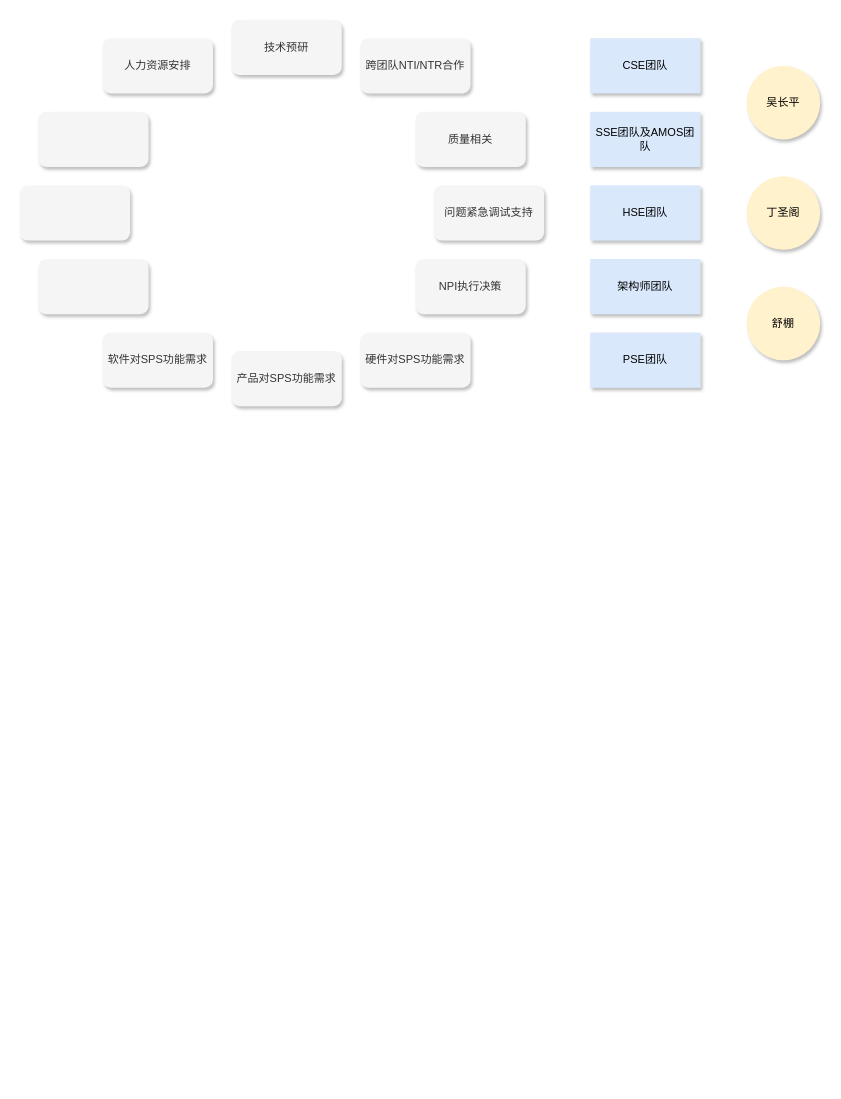
The draw.io diagram 对外接口简化版.drawio in dingsg/drawio, before the edit. Source tidied: cells renumbered, new cells numbered last; positions are measured from the earlier drawing's top-left corner, leaving out a move shared by most shapes. Both pictures are drawn from the tidied source at 92%, with x=0, y=0 at pixel (19, 19).
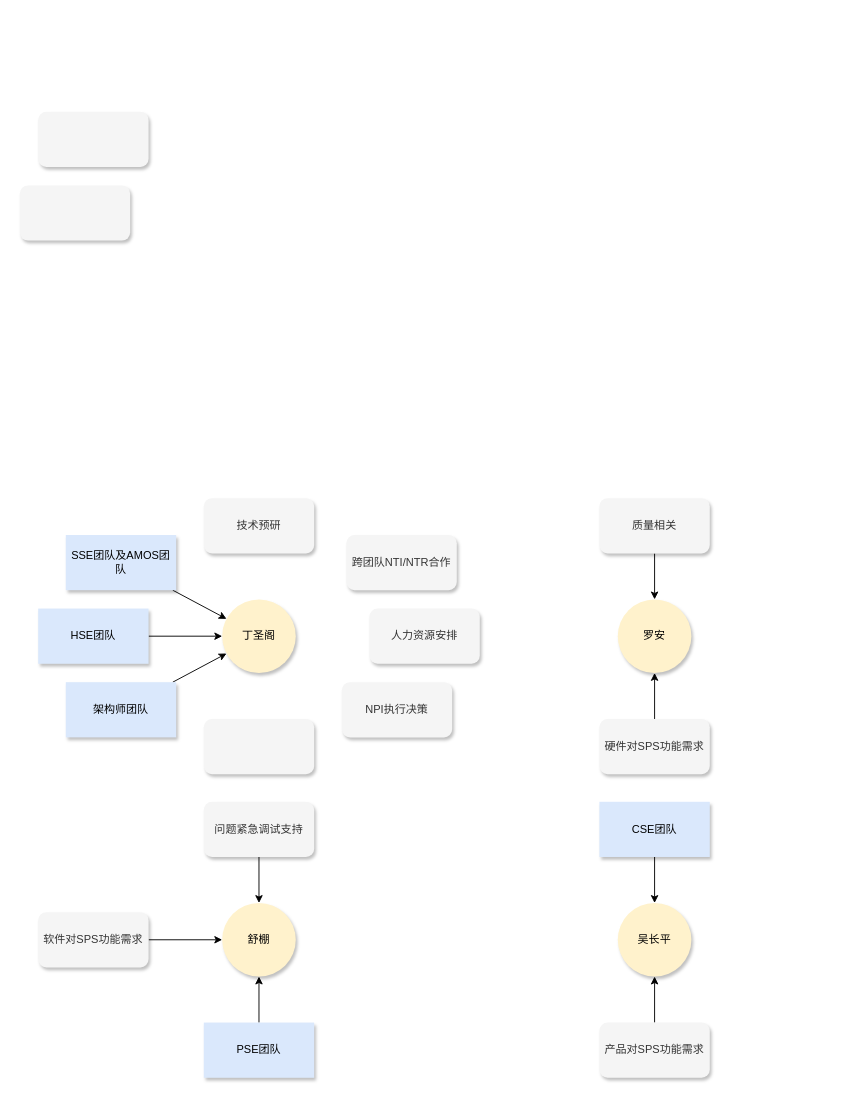
The same diagram, later.

Commit message (it also covers changes not shown here):
Update 对外接口简化版.drawio

What changed in the source:
```diff
@@
     <mxCell id="2" value="丁圣阁" style="ellipse;whiteSpace=wrap;html=1;shadow=1;labelBackgroundColor=none;fillColor=#fff2cc;align=center;strokeColor=none;" parent="1" vertex="1">
-      <mxGeometry x="790" y="170" width="80" height="80" as="geometry" />
+      <mxGeometry x="220" y="630" width="80" height="80" as="geometry" />
     </mxCell>
     <mxCell id="3" value="人力资源安排" style="rounded=1;whiteSpace=wrap;html=1;shadow=1;labelBackgroundColor=none;align=center;fontColor=#333333;fillColor=#f5f5f5;strokeColor=none;" parent="1" vertex="1">
-      <mxGeometry x="90" y="20" width="120" height="60" as="geometry" />
+      <mxGeometry x="380" y="640" width="120" height="60" as="geometry" />
     </mxCell>
     <mxCell id="4" value="技术预研" style="rounded=1;whiteSpace=wrap;html=1;shadow=1;labelBackgroundColor=none;align=center;fontColor=#333333;fillColor=#f5f5f5;strokeColor=none;" parent="1" vertex="1">
-      <mxGeometry x="230" width="120" height="60" as="geometry" />
+      <mxGeometry x="200" y="520" width="120" height="60" as="geometry" />
     </mxCell>
     <mxCell id="5" value="跨团队NTI/NTR合作" style="rounded=1;whiteSpace=wrap;html=1;shadow=1;labelBackgroundColor=none;align=center;fontColor=#333333;fillColor=#f5f5f5;strokeColor=none;" parent="1" vertex="1">
-      <mxGeometry x="370" y="20" width="120" height="60" as="geometry" />
+      <mxGeometry x="355" y="560" width="120" height="60" as="geometry" />
     </mxCell>
+    <mxCell id="22" style="edgeStyle=none;rounded=0;jettySize=auto;html=1;" parent="1" edge="1" source="6" target="21">
+      <mxGeometry relative="1" as="geometry" />
+    </mxCell>
     <mxCell id="6" value="软件对SPS功能需求" style="rounded=1;whiteSpace=wrap;html=1;shadow=1;labelBackgroundColor=none;align=center;fontColor=#333333;fillColor=#f5f5f5;strokeColor=none;" parent="1" vertex="1">
-      <mxGeometry x="90" y="340" width="120" height="60" as="geometry" />
+      <mxGeometry x="20" y="970" width="120" height="60" as="geometry" />
     </mxCell>
+    <mxCell id="23" style="edgeStyle=none;rounded=0;jettySize=auto;html=1;" parent="1" edge="1" source="7" target="20">
+      <mxGeometry relative="1" as="geometry" />
+    </mxCell>
     <mxCell id="7" value="产品对SPS功能需求" style="rounded=1;whiteSpace=wrap;html=1;shadow=1;labelBackgroundColor=none;align=center;fontColor=#333333;fillColor=#f5f5f5;strokeColor=none;" parent="1" vertex="1">
-      <mxGeometry x="230" y="360" width="120" height="60" as="geometry" />
+      <mxGeometry x="630" y="1090" width="120" height="60" as="geometry" />
     </mxCell>
+    <mxCell id="24" style="edgeStyle=none;rounded=0;jettySize=auto;html=1;" parent="1" edge="1" source="8" target="32">
+      <mxGeometry relative="1" as="geometry" />
+    </mxCell>
     <mxCell id="8" value="硬件对SPS功能需求" style="rounded=1;whiteSpace=wrap;html=1;shadow=1;labelBackgroundColor=none;align=center;fontColor=#333333;fillColor=#f5f5f5;strokeColor=none;" parent="1" vertex="1">
-      <mxGeometry x="370" y="340" width="120" height="60" as="geometry" />
+      <mxGeometry x="630" y="760" width="120" height="60" as="geometry" />
     </mxCell>
+    <mxCell id="25" style="edgeStyle=none;rounded=0;jettySize=auto;html=1;" parent="1" edge="1" source="9" target="32">
+      <mxGeometry relative="1" as="geometry" />
+    </mxCell>
     <mxCell id="9" value="质量相关" style="rounded=1;whiteSpace=wrap;html=1;shadow=1;labelBackgroundColor=none;align=center;fontColor=#333333;fillColor=#f5f5f5;strokeColor=none;" parent="1" vertex="1">
-      <mxGeometry x="430" y="100" width="120" height="60" as="geometry" />
+      <mxGeometry x="630" y="520" width="120" height="60" as="geometry" />
     </mxCell>
     <mxCell id="10" value="NPI执行决策" style="rounded=1;whiteSpace=wrap;html=1;shadow=1;labelBackgroundColor=none;align=center;fontColor=#333333;fillColor=#f5f5f5;strokeColor=none;" parent="1" vertex="1">
-      <mxGeometry x="430" y="260" width="120" height="60" as="geometry" />
+      <mxGeometry x="350" y="720" width="120" height="60" as="geometry" />
     </mxCell>
@@
     <mxCell id="12" style="rounded=1;whiteSpace=wrap;html=1;shadow=1;labelBackgroundColor=none;align=center;fontColor=#333333;fillColor=#f5f5f5;strokeColor=none;" parent="1" vertex="1">
-      <mxGeometry x="20" y="260" width="120" height="60" as="geometry" />
+      <mxGeometry x="200" y="760" width="120" height="60" as="geometry" />
     </mxCell>
@@
+    <mxCell id="26" style="edgeStyle=none;rounded=0;jettySize=auto;html=1;" parent="1" edge="1" source="14" target="21">
+      <mxGeometry relative="1" as="geometry" />
+    </mxCell>
     <mxCell id="14" value="问题紧急调试支持" style="rounded=1;whiteSpace=wrap;html=1;shadow=1;labelBackgroundColor=none;align=center;fontColor=#333333;fillColor=#f5f5f5;strokeColor=none;" parent="1" vertex="1">
-      <mxGeometry x="450" y="180" width="120" height="60" as="geometry" />
+      <mxGeometry x="200" y="850" width="120" height="60" as="geometry" />
     </mxCell>
+    <mxCell id="27" style="edgeStyle=none;rounded=0;jettySize=auto;html=1;" parent="1" edge="1" source="15" target="20">
+      <mxGeometry relative="1" as="geometry" />
+    </mxCell>
     <mxCell id="15" value="CSE团队" style="rounded=0;whiteSpace=wrap;html=1;shadow=1;labelBackgroundColor=none;fillColor=#dae8fc;align=center;strokeColor=none;" parent="1" vertex="1">
-      <mxGeometry x="620" y="20" width="120" height="60" as="geometry" />
+      <mxGeometry x="630" y="850" width="120" height="60" as="geometry" />
     </mxCell>
+    <mxCell id="28" style="edgeStyle=none;rounded=0;jettySize=auto;html=1;" parent="1" edge="1" source="16" target="2">
+      <mxGeometry relative="1" as="geometry" />
+    </mxCell>
     <mxCell id="16" value="SSE团队及AMOS团队" style="rounded=0;whiteSpace=wrap;html=1;shadow=1;labelBackgroundColor=none;fillColor=#dae8fc;align=center;strokeColor=none;" parent="1" vertex="1">
-      <mxGeometry x="620" y="100" width="120" height="60" as="geometry" />
+      <mxGeometry x="50" y="560" width="120" height="60" as="geometry" />
     </mxCell>
+    <mxCell id="29" style="edgeStyle=none;rounded=0;jettySize=auto;html=1;" parent="1" edge="1" source="17" target="2">
+      <mxGeometry relative="1" as="geometry" />
+    </mxCell>
     <mxCell id="17" value="HSE团队" style="rounded=0;whiteSpace=wrap;html=1;shadow=1;labelBackgroundColor=none;fillColor=#dae8fc;align=center;strokeColor=none;" parent="1" vertex="1">
-      <mxGeometry x="620" y="180" width="120" height="60" as="geometry" />
+      <mxGeometry x="20" y="640" width="120" height="60" as="geometry" />
     </mxCell>
+    <mxCell id="30" style="edgeStyle=none;rounded=0;jettySize=auto;html=1;" parent="1" edge="1" source="18" target="21">
+      <mxGeometry relative="1" as="geometry" />
+    </mxCell>
     <mxCell id="18" value="PSE团队" style="rounded=0;whiteSpace=wrap;html=1;shadow=1;labelBackgroundColor=none;fillColor=#dae8fc;align=center;strokeColor=none;" parent="1" vertex="1">
-      <mxGeometry x="620" y="340" width="120" height="60" as="geometry" />
+      <mxGeometry x="200" y="1090" width="120" height="60" as="geometry" />
     </mxCell>
+    <mxCell id="31" style="edgeStyle=none;rounded=0;jettySize=auto;html=1;" parent="1" edge="1" source="19" target="2">
+      <mxGeometry relative="1" as="geometry" />
+    </mxCell>
     <mxCell id="19" value="架构师团队" style="rounded=0;whiteSpace=wrap;html=1;shadow=1;labelBackgroundColor=none;fillColor=#dae8fc;align=center;strokeColor=none;" parent="1" vertex="1">
-      <mxGeometry x="620" y="260" width="120" height="60" as="geometry" />
+      <mxGeometry x="50" y="720" width="120" height="60" as="geometry" />
     </mxCell>
     <mxCell id="20" value="吴长平" style="ellipse;whiteSpace=wrap;html=1;shadow=1;labelBackgroundColor=none;fillColor=#fff2cc;align=center;strokeColor=none;" parent="1" vertex="1">
-      <mxGeometry x="790" y="50" width="80" height="80" as="geometry" />
+      <mxGeometry x="650" y="960" width="80" height="80" as="geometry" />
     </mxCell>
     <mxCell id="21" value="舒棚" style="ellipse;whiteSpace=wrap;html=1;shadow=1;labelBackgroundColor=none;fillColor=#fff2cc;align=center;strokeColor=none;" parent="1" vertex="1">
-      <mxGeometry x="790" y="290" width="80" height="80" as="geometry" />
+      <mxGeometry x="220" y="960" width="80" height="80" as="geometry" />
     </mxCell>
+    <mxCell id="32" value="罗安" style="ellipse;whiteSpace=wrap;html=1;shadow=1;labelBackgroundColor=none;fillColor=#fff2cc;align=center;strokeColor=none;fontStyle=0;" parent="1" vertex="1">
+      <mxGeometry x="650" y="630" width="80" height="80" as="geometry" />
+    </mxCell>
```
